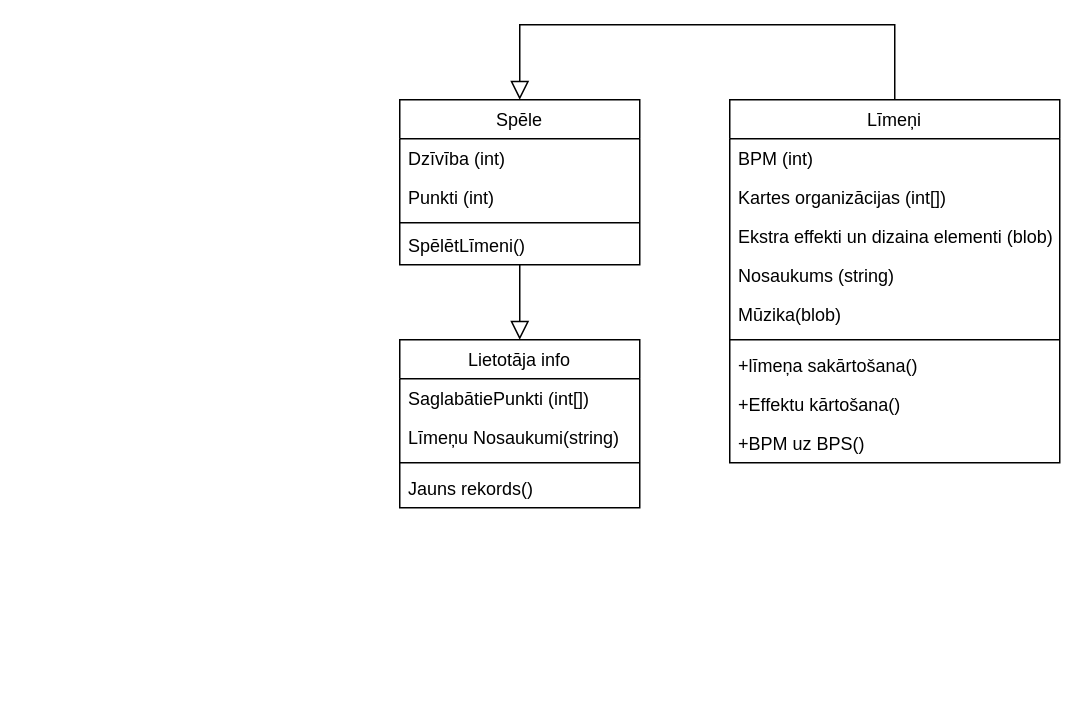
Earlier version of the draw.io diagram Documentation/Class diagram.drawio (kaaaaaaaaaaarl/CyberShock). Source tidied: cells renumbered, new cells numbered last; positions are measured from the earlier drawing's top-left corner, leaving out a move shared by most shapes. Both pictures are drawn from the tidied source at 150%, with x=0, y=0 at pixel (399, 24).
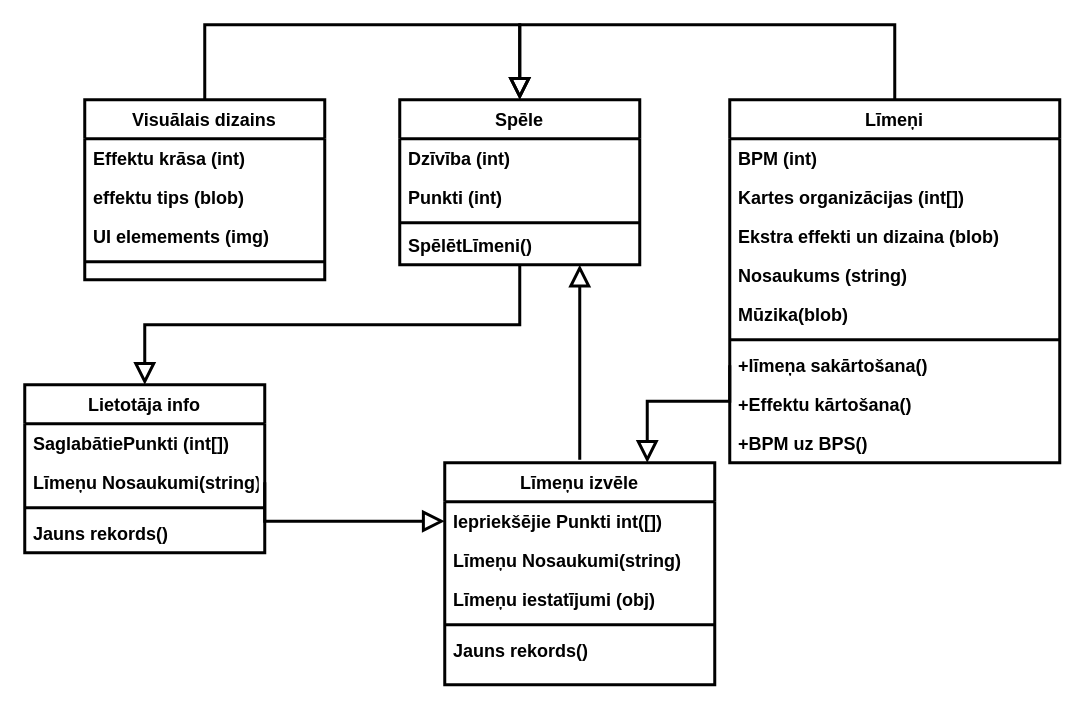
The same diagram, later.

What changed in the source:
```diff
@@
-    <mxCell id="2" value="Līmeņi" style="swimlane;fontStyle=0;align=center;verticalAlign=top;horizontal=1;startSize=26;rounded=0;shadow=0;strokeWidth=1;" parent="1" vertex="1">
+    <mxCell id="2" value="Līmeņi" style="swimlane;fontStyle=1;align=center;verticalAlign=top;horizontal=1;startSize=26;rounded=0;shadow=0;strokeWidth=2;" parent="1" vertex="1">
       <mxGeometry x="220" y="50" width="220" height="242" as="geometry" />
     </mxCell>
-    <mxCell id="3" value="BPM (int)" style="text;align=left;verticalAlign=top;spacingLeft=4;spacingRight=4;overflow=hidden;" parent="2" vertex="1">
+    <mxCell id="3" value="BPM (int)" style="text;align=left;verticalAlign=top;spacingLeft=4;spacingRight=4;overflow=hidden;fontStyle=1;strokeWidth=2;" parent="2" vertex="1">
       <mxGeometry y="26" width="220" height="26" as="geometry" />
     </mxCell>
-    <mxCell id="4" value="Kartes organizācijas (int[])" style="text;align=left;verticalAlign=top;spacingLeft=4;spacingRight=4;overflow=hidden;rounded=0;shadow=0;html=0;" parent="2" vertex="1">
+    <mxCell id="4" value="Kartes organizācijas (int[])" style="text;align=left;verticalAlign=top;spacingLeft=4;spacingRight=4;overflow=hidden;rounded=0;shadow=0;html=0;fontStyle=1;strokeWidth=2;" parent="2" vertex="1">
       <mxGeometry y="52" width="220" height="26" as="geometry" />
     </mxCell>
-    <mxCell id="5" value="Ekstra effekti un dizaina elementi (blob)" style="text;align=left;verticalAlign=top;spacingLeft=4;spacingRight=4;overflow=hidden;fontStyle=0;" parent="2" vertex="1">
+    <mxCell id="5" value="Ekstra effekti un dizaina (blob)" style="text;align=left;verticalAlign=top;spacingLeft=4;spacingRight=4;overflow=hidden;fontStyle=1;strokeWidth=2;" parent="2" vertex="1">
       <mxGeometry y="78" width="220" height="26" as="geometry" />
     </mxCell>
-    <mxCell id="6" value="Nosaukums (string)" style="text;align=left;verticalAlign=top;spacingLeft=4;spacingRight=4;overflow=hidden;rounded=0;shadow=0;html=0;" parent="2" vertex="1">
+    <mxCell id="6" value="Nosaukums (string)" style="text;align=left;verticalAlign=top;spacingLeft=4;spacingRight=4;overflow=hidden;rounded=0;shadow=0;html=0;fontStyle=1;strokeWidth=2;" parent="2" vertex="1">
       <mxGeometry y="104" width="220" height="26" as="geometry" />
     </mxCell>
-    <mxCell id="7" value="Mūzika(blob)" style="text;align=left;verticalAlign=top;spacingLeft=4;spacingRight=4;overflow=hidden;" parent="2" vertex="1">
+    <mxCell id="7" value="Mūzika(blob)" style="text;align=left;verticalAlign=top;spacingLeft=4;spacingRight=4;overflow=hidden;fontStyle=1;strokeWidth=2;" parent="2" vertex="1">
       <mxGeometry y="130" width="220" height="26" as="geometry" />
     </mxCell>
-    <mxCell id="8" style="line;html=1;strokeWidth=1;align=left;verticalAlign=middle;spacingTop=-1;spacingLeft=3;spacingRight=3;labelPosition=right;" parent="2" vertex="1">
+    <mxCell id="8" style="line;html=1;strokeWidth=2;align=left;verticalAlign=middle;spacingTop=-1;spacingLeft=3;spacingRight=3;labelPosition=right;fontStyle=1;" parent="2" vertex="1">
       <mxGeometry y="156" width="220" height="8" as="geometry" />
     </mxCell>
-    <mxCell id="9" value="+līmeņa sakārtošana()" style="text;align=left;verticalAlign=top;spacingLeft=4;spacingRight=4;overflow=hidden;points=[[0,0.5],[1,0.5]];portConstraint=eastwest;rounded=0;shadow=0;html=0;" parent="2" vertex="1">
+    <mxCell id="9" value="+līmeņa sakārtošana()" style="text;align=left;verticalAlign=top;spacingLeft=4;spacingRight=4;overflow=hidden;points=[[0,0.5],[1,0.5]];portConstraint=eastwest;rounded=0;shadow=0;html=0;fontStyle=1;strokeWidth=2;" parent="2" vertex="1">
       <mxGeometry y="164" width="220" height="26" as="geometry" />
     </mxCell>
-    <mxCell id="10" value="+Effektu kārtošana()" style="text;align=left;verticalAlign=top;spacingLeft=4;spacingRight=4;overflow=hidden;rounded=0;shadow=0;html=0;" parent="2" vertex="1">
+    <mxCell id="10" value="+Effektu kārtošana()" style="text;align=left;verticalAlign=top;spacingLeft=4;spacingRight=4;overflow=hidden;rounded=0;shadow=0;html=0;fontStyle=1;strokeWidth=2;" parent="2" vertex="1">
       <mxGeometry y="190" width="220" height="26" as="geometry" />
     </mxCell>
-    <mxCell id="11" value="+BPM uz BPS()" style="text;align=left;verticalAlign=top;spacingLeft=4;spacingRight=4;overflow=hidden;rounded=0;shadow=0;html=0;" parent="2" vertex="1">
+    <mxCell id="11" value="+BPM uz BPS()" style="text;align=left;verticalAlign=top;spacingLeft=4;spacingRight=4;overflow=hidden;rounded=0;shadow=0;html=0;fontStyle=1;strokeWidth=2;" parent="2" vertex="1">
       <mxGeometry y="216" width="220" height="26" as="geometry" />
     </mxCell>
-    <mxCell id="12" style="endArrow=block;endSize=10;endFill=0;shadow=0;strokeWidth=1;rounded=0;curved=0;edgeStyle=elbowEdgeStyle;elbow=vertical;entryX=0.5;entryY=0;entryDx=0;entryDy=0;" parent="1" edge="1" source="2" target="14">
+    <mxCell id="12" style="endArrow=block;endSize=10;endFill=0;shadow=0;strokeWidth=2;rounded=0;curved=0;edgeStyle=elbowEdgeStyle;elbow=vertical;entryX=0.5;entryY=0;entryDx=0;entryDy=0;fontStyle=1;" parent="1" edge="1" source="2" target="14">
       <mxGeometry relative="1" as="geometry">
         <Array as="points">
           <mxPoint x="160" />
         </Array>
       </mxGeometry>
     </mxCell>
-    <mxCell id="13" style="edgeStyle=elbowEdgeStyle;curved=0;rounded=0;jettySize=auto;elbow=vertical;html=1;exitX=0.5;exitY=1;exitDx=0;exitDy=0;entryX=0.5;entryY=0;entryDx=0;entryDy=0;shadow=0;strokeColor=default;strokeWidth=1;align=center;verticalAlign=middle;fontFamily=Helvetica;fontSize=11;fontColor=default;labelBackgroundColor=default;endArrow=block;endFill=0;endSize=10;" parent="1" edge="1" source="14" target="18">
+    <mxCell id="13" style="edgeStyle=elbowEdgeStyle;curved=0;rounded=0;jettySize=auto;elbow=vertical;html=1;exitX=0.5;exitY=1;exitDx=0;exitDy=0;entryX=0.5;entryY=0;entryDx=0;entryDy=0;shadow=0;strokeColor=default;strokeWidth=2;align=center;verticalAlign=middle;fontFamily=Helvetica;fontSize=11;fontColor=default;labelBackgroundColor=default;endArrow=block;endFill=0;endSize=10;fontStyle=1;" parent="1" edge="1" source="14" target="18">
       <mxGeometry relative="1" as="geometry" />
     </mxCell>
-    <mxCell id="14" value="Spēle" style="swimlane;fontStyle=0;align=center;verticalAlign=top;horizontal=1;startSize=26;rounded=0;shadow=0;strokeWidth=1;" parent="1" vertex="1">
+    <mxCell id="14" value="Spēle" style="swimlane;fontStyle=1;align=center;verticalAlign=top;horizontal=1;startSize=26;rounded=0;shadow=0;strokeWidth=2;" parent="1" vertex="1">
       <mxGeometry y="50" width="160" height="110" as="geometry" />
     </mxCell>
-    <mxCell id="15" value="Dzīvība (int)" style="text;align=left;verticalAlign=top;spacingLeft=4;spacingRight=4;overflow=hidden;" parent="14" vertex="1">
+    <mxCell id="15" value="Dzīvība (int)" style="text;align=left;verticalAlign=top;spacingLeft=4;spacingRight=4;overflow=hidden;fontStyle=1;strokeWidth=2;" parent="14" vertex="1">
       <mxGeometry y="26" width="160" height="26" as="geometry" />
     </mxCell>
-    <mxCell id="16" value="Punkti (int)" style="text;align=left;verticalAlign=top;spacingLeft=4;spacingRight=4;overflow=hidden;rounded=0;shadow=0;html=0;" parent="14" vertex="1">
+    <mxCell id="16" value="Punkti (int)" style="text;align=left;verticalAlign=top;spacingLeft=4;spacingRight=4;overflow=hidden;rounded=0;shadow=0;html=0;fontStyle=1;strokeWidth=2;" parent="14" vertex="1">
       <mxGeometry y="52" width="160" height="26" as="geometry" />
     </mxCell>
-    <mxCell id="17" style="line;html=1;strokeWidth=1;align=left;verticalAlign=middle;spacingTop=-1;spacingLeft=3;spacingRight=3;labelPosition=right;" parent="14" vertex="1">
+    <mxCell id="17" style="line;html=1;strokeWidth=2;align=left;verticalAlign=middle;spacingTop=-1;spacingLeft=3;spacingRight=3;labelPosition=right;fontStyle=1;" parent="14" vertex="1">
       <mxGeometry y="78" width="160" height="8" as="geometry" />
     </mxCell>
-    <mxCell id="18" value="Lietotāja info" style="swimlane;fontStyle=0;align=center;verticalAlign=top;horizontal=1;startSize=26;rounded=0;shadow=0;strokeWidth=1;" parent="1" vertex="1">
-      <mxGeometry y="210" width="160" height="112" as="geometry" />
+    <mxCell id="18" value="Lietotāja info" style="swimlane;fontStyle=1;align=center;verticalAlign=top;horizontal=1;startSize=26;rounded=0;shadow=0;strokeWidth=2;" parent="1" vertex="1">
+      <mxGeometry x="-250" y="240" width="160" height="112" as="geometry" />
     </mxCell>
-    <mxCell id="19" value="SaglabātiePunkti (int[])" style="text;align=left;verticalAlign=top;spacingLeft=4;spacingRight=4;overflow=hidden;" parent="18" vertex="1">
+    <mxCell id="19" value="SaglabātiePunkti (int[])" style="text;align=left;verticalAlign=top;spacingLeft=4;spacingRight=4;overflow=hidden;fontStyle=1;strokeWidth=2;" parent="18" vertex="1">
       <mxGeometry y="26" width="160" height="26" as="geometry" />
     </mxCell>
-    <mxCell id="20" value="Līmeņu Nosaukumi(string)" style="text;align=left;verticalAlign=top;spacingLeft=4;spacingRight=4;overflow=hidden;points=[[0,0.5],[1,0.5]];portConstraint=eastwest;rounded=0;shadow=0;html=0;" parent="18" vertex="1">
+    <mxCell id="20" value="Līmeņu Nosaukumi(string)" style="text;align=left;verticalAlign=top;spacingLeft=4;spacingRight=4;overflow=hidden;points=[[0,0.5],[1,0.5]];portConstraint=eastwest;rounded=0;shadow=0;html=0;fontStyle=1;strokeWidth=2;" parent="18" vertex="1">
       <mxGeometry y="52" width="160" height="26" as="geometry" />
     </mxCell>
-    <mxCell id="21" style="line;html=1;strokeWidth=1;align=left;verticalAlign=middle;spacingTop=-1;spacingLeft=3;spacingRight=3;labelPosition=right;" parent="18" vertex="1">
+    <mxCell id="21" style="line;html=1;strokeWidth=2;align=left;verticalAlign=middle;spacingTop=-1;spacingLeft=3;spacingRight=3;labelPosition=right;fontStyle=1;" parent="18" vertex="1">
       <mxGeometry y="78" width="160" height="8" as="geometry" />
     </mxCell>
-    <mxCell id="22" value="Jauns rekords()" style="text;align=left;verticalAlign=top;spacingLeft=4;spacingRight=4;overflow=hidden;rounded=0;shadow=0;html=0;" parent="18" vertex="1">
+    <mxCell id="22" value="Jauns rekords()" style="text;align=left;verticalAlign=top;spacingLeft=4;spacingRight=4;overflow=hidden;rounded=0;shadow=0;html=0;fontStyle=1;strokeWidth=2;" parent="18" vertex="1">
       <mxGeometry y="86" width="160" height="26" as="geometry" />
     </mxCell>
-    <mxCell id="23" value="SpēlētLīmeni()" style="text;align=left;verticalAlign=top;spacingLeft=4;spacingRight=4;overflow=hidden;rounded=0;shadow=0;html=0;" parent="1" vertex="1">
+    <mxCell id="23" value="SpēlētLīmeni()" style="text;align=left;verticalAlign=top;spacingLeft=4;spacingRight=4;overflow=hidden;rounded=0;shadow=0;html=0;fontStyle=1;strokeWidth=2;" parent="1" vertex="1">
       <mxGeometry y="134" width="160" height="26" as="geometry" />
     </mxCell>
+    <mxCell id="24" value="Visuālais dizains" style="swimlane;fontStyle=1;align=center;verticalAlign=top;horizontal=1;startSize=26;rounded=0;shadow=0;strokeWidth=2;" parent="1" vertex="1">
+      <mxGeometry x="-210" y="50" width="160" height="120" as="geometry" />
+    </mxCell>
+    <mxCell id="25" value="Effektu krāsa (int)" style="text;align=left;verticalAlign=top;spacingLeft=4;spacingRight=4;overflow=hidden;fontStyle=1;strokeWidth=2;" parent="24" vertex="1">
+      <mxGeometry y="26" width="160" height="26" as="geometry" />
+    </mxCell>
+    <mxCell id="26" value="effektu tips (blob)" style="text;align=left;verticalAlign=top;spacingLeft=4;spacingRight=4;overflow=hidden;rounded=0;shadow=0;html=0;fontStyle=1;strokeWidth=2;" parent="24" vertex="1">
+      <mxGeometry y="52" width="160" height="26" as="geometry" />
+    </mxCell>
+    <mxCell id="27" value="UI elemements (img)" style="text;align=left;verticalAlign=top;spacingLeft=4;spacingRight=4;overflow=hidden;rounded=0;shadow=0;html=0;fontStyle=1;strokeWidth=2;" parent="24" vertex="1">
+      <mxGeometry y="78" width="160" height="26" as="geometry" />
+    </mxCell>
+    <mxCell id="28" style="line;html=1;strokeWidth=2;align=left;verticalAlign=middle;spacingTop=-1;spacingLeft=3;spacingRight=3;labelPosition=right;fontStyle=1;" parent="24" vertex="1">
+      <mxGeometry y="104" width="160" height="8" as="geometry" />
+    </mxCell>
+    <mxCell id="29" style="endArrow=block;endSize=10;endFill=0;shadow=0;strokeWidth=2;rounded=0;curved=0;edgeStyle=elbowEdgeStyle;elbow=vertical;entryX=0.5;entryY=0;entryDx=0;entryDy=0;fontStyle=1;exitX=0.5;exitY=0;exitDx=0;exitDy=0;" parent="1" edge="1" source="24" target="14">
+      <mxGeometry relative="1" as="geometry">
+        <Array as="points">
+          <mxPoint x="-60" />
+        </Array>
+      </mxGeometry>
+    </mxCell>
+    <mxCell id="30" value="Līmeņu izvēle" style="swimlane;fontStyle=1;align=center;verticalAlign=top;horizontal=1;startSize=26;rounded=0;shadow=0;strokeWidth=2;" parent="1" vertex="1">
+      <mxGeometry x="30" y="292" width="180" height="148" as="geometry" />
+    </mxCell>
+    <mxCell id="31" value="Iepriekšējie Punkti int([])" style="text;align=left;verticalAlign=top;spacingLeft=4;spacingRight=4;overflow=hidden;points=[[0,0.5],[1,0.5]];portConstraint=eastwest;fontStyle=1;strokeWidth=2;" parent="30" vertex="1">
+      <mxGeometry y="26" width="180" height="26" as="geometry" />
+    </mxCell>
+    <mxCell id="32" value="Līmeņu Nosaukumi(string)" style="text;align=left;verticalAlign=top;spacingLeft=4;spacingRight=4;overflow=hidden;rounded=0;shadow=0;html=0;fontStyle=1;strokeWidth=2;" parent="30" vertex="1">
+      <mxGeometry y="52" width="180" height="26" as="geometry" />
+    </mxCell>
+    <mxCell id="33" value="Līmeņu iestatījumi (obj)" style="text;align=left;verticalAlign=top;spacingLeft=4;spacingRight=4;overflow=hidden;rounded=0;shadow=0;html=0;fontStyle=1;strokeWidth=2;" parent="30" vertex="1">
+      <mxGeometry y="78" width="180" height="26" as="geometry" />
+    </mxCell>
+    <mxCell id="34" style="line;html=1;strokeWidth=2;align=left;verticalAlign=middle;spacingTop=-1;spacingLeft=3;spacingRight=3;labelPosition=right;fontStyle=1;" parent="30" vertex="1">
+      <mxGeometry y="104" width="180" height="8" as="geometry" />
+    </mxCell>
+    <mxCell id="35" value="Jauns rekords()" style="text;align=left;verticalAlign=top;spacingLeft=4;spacingRight=4;overflow=hidden;rounded=0;shadow=0;html=0;fontStyle=1;strokeWidth=2;" parent="30" vertex="1">
+      <mxGeometry y="112" width="180" height="26" as="geometry" />
+    </mxCell>
+    <mxCell id="36" style="endArrow=block;endSize=10;endFill=0;shadow=0;strokeWidth=2;rounded=0;curved=0;edgeStyle=elbowEdgeStyle;elbow=vertical;entryX=0.75;entryY=0;entryDx=0;entryDy=0;fontStyle=1;exitX=0;exitY=0.5;exitDx=0;exitDy=0;" parent="1" edge="1" source="9" target="30">
+      <mxGeometry relative="1" as="geometry">
+        <Array as="points">
+          <mxPoint x="70" y="251" />
+        </Array>
+      </mxGeometry>
+    </mxCell>
+    <mxCell id="37" style="endArrow=block;endSize=10;endFill=0;shadow=0;strokeWidth=2;rounded=0;curved=0;edgeStyle=elbowEdgeStyle;elbow=vertical;fontStyle=1;exitX=1;exitY=0.5;exitDx=0;exitDy=0;entryX=0;entryY=0.5;entryDx=0;entryDy=0;" parent="1" edge="1" source="20" target="31">
+      <mxGeometry relative="1" as="geometry">
+        <Array as="points">
+          <mxPoint x="-20" y="331" />
+        </Array>
+      </mxGeometry>
+    </mxCell>
+    <mxCell id="38" style="endArrow=block;endSize=10;endFill=0;shadow=0;strokeWidth=2;rounded=0;curved=0;edgeStyle=elbowEdgeStyle;elbow=vertical;fontStyle=1;" parent="1" edge="1">
+      <mxGeometry relative="1" as="geometry">
+        <mxPoint x="120" y="290" as="sourcePoint" />
+        <mxPoint x="120" y="160" as="targetPoint" />
+        <Array as="points">
+          <mxPoint x="140" y="200" />
+        </Array>
+      </mxGeometry>
+    </mxCell>
```
